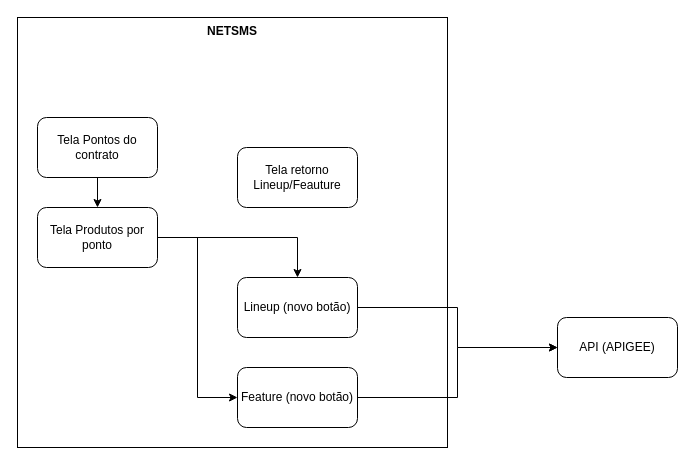
samirali/ClaroBrasil keeps this draw.io diagram as Botão lineup.drawio. Above is the earlier version. Source tidied: cells renumbered, new cells numbered last; positions are measured from the earlier drawing's top-left corner, leaving out a move shared by most shapes. Both pictures are drawn from the tidied source at 100%, with x=0, y=0 at pixel (17, 17).
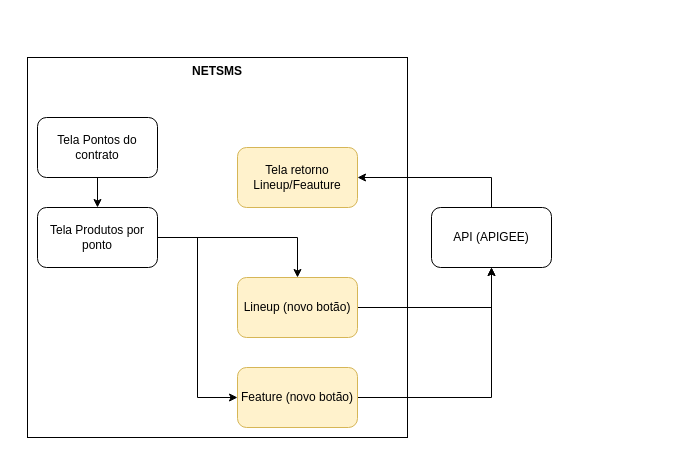
The same page after the edit.

Change to the diagram source:
```diff
@@
 <mxGraphModel>
   <root>
     <mxCell id="0" />
     <mxCell id="1" parent="0" />
     <mxCell id="2" value="&lt;b&gt;NETSMS&lt;/b&gt;" style="whiteSpace=wrap;html=1;verticalAlign=top;" parent="1" vertex="1">
-      <mxGeometry width="430" height="430" as="geometry" />
+      <mxGeometry x="10" y="40" width="380" height="380" as="geometry" />
     </mxCell>
     <mxCell id="3" style="edgeStyle=orthogonalEdgeStyle;rounded=0;jettySize=auto;html=1;" parent="1" edge="1" source="4" target="8">
       <mxGeometry relative="1" as="geometry" />
     </mxCell>
     <mxCell id="4" value="Tela Pontos do contrato" style="rounded=1;whiteSpace=wrap;html=1;" parent="1" vertex="1">
       <mxGeometry x="20" y="100" width="120" height="60" as="geometry" />
     </mxCell>
+    <mxCell id="14" style="edgeStyle=orthogonalEdgeStyle;rounded=0;jettySize=auto;html=1;entryX=1;entryY=0.5;entryDx=0;entryDy=0;" parent="1" edge="1" source="5" target="13">
+      <mxGeometry relative="1" as="geometry">
+        <Array as="points">
+          <mxPoint x="474" y="160" />
+        </Array>
+      </mxGeometry>
+    </mxCell>
     <mxCell id="5" value="API (APIGEE)" style="rounded=1;whiteSpace=wrap;html=1;" parent="1" vertex="1">
-      <mxGeometry x="540" y="300" width="120" height="60" as="geometry" />
+      <mxGeometry x="414" y="190" width="120" height="60" as="geometry" />
     </mxCell>
     <mxCell id="6" style="edgeStyle=orthogonalEdgeStyle;rounded=0;jettySize=auto;html=1;" parent="1" edge="1" source="8" target="10">
       <mxGeometry relative="1" as="geometry" />
     </mxCell>
     <mxCell id="7" style="edgeStyle=orthogonalEdgeStyle;rounded=0;jettySize=auto;html=1;entryX=0;entryY=0.5;entryDx=0;entryDy=0;" parent="1" edge="1" source="8" target="12">
       <mxGeometry relative="1" as="geometry" />
     </mxCell>
     <mxCell id="8" value="Tela Produtos por ponto" style="rounded=1;whiteSpace=wrap;html=1;" parent="1" vertex="1">
       <mxGeometry x="20" y="190" width="120" height="60" as="geometry" />
     </mxCell>
-    <mxCell id="9" style="edgeStyle=orthogonalEdgeStyle;rounded=0;jettySize=auto;html=1;exitX=1;exitY=0.5;exitDx=0;exitDy=0;entryX=0;entryY=0.5;entryDx=0;entryDy=0;" parent="1" edge="1" source="10" target="5">
+    <mxCell id="9" style="edgeStyle=orthogonalEdgeStyle;rounded=0;jettySize=auto;html=1;entryX=0.5;entryY=1;entryDx=0;entryDy=0;" parent="1" edge="1" source="10" target="5">
       <mxGeometry relative="1" as="geometry" />
     </mxCell>
-    <mxCell id="10" value="Lineup (novo botão)" style="rounded=1;whiteSpace=wrap;html=1;" parent="1" vertex="1">
+    <mxCell id="10" value="Lineup (novo botão)" style="rounded=1;whiteSpace=wrap;html=1;fillColor=#fff2cc;strokeColor=#d6b656;" parent="1" vertex="1">
       <mxGeometry x="220" y="260" width="120" height="60" as="geometry" />
     </mxCell>
-    <mxCell id="11" style="edgeStyle=orthogonalEdgeStyle;rounded=0;jettySize=auto;html=1;entryX=0;entryY=0.5;entryDx=0;entryDy=0;" parent="1" edge="1" source="12" target="5">
+    <mxCell id="11" style="edgeStyle=orthogonalEdgeStyle;rounded=0;jettySize=auto;html=1;entryX=0.5;entryY=1;entryDx=0;entryDy=0;" parent="1" edge="1" source="12" target="5">
       <mxGeometry relative="1" as="geometry" />
     </mxCell>
-    <mxCell id="12" value="Feature (novo botão)" style="rounded=1;whiteSpace=wrap;html=1;" parent="1" vertex="1">
+    <mxCell id="12" value="Feature (novo botão)" style="rounded=1;whiteSpace=wrap;html=1;fillColor=#fff2cc;strokeColor=#d6b656;" parent="1" vertex="1">
       <mxGeometry x="220" y="350" width="120" height="60" as="geometry" />
     </mxCell>
-    <mxCell id="13" value="Tela retorno Lineup/Feauture" style="rounded=1;whiteSpace=wrap;html=1;" parent="1" vertex="1">
+    <mxCell id="13" value="Tela retorno Lineup/Feauture" style="rounded=1;whiteSpace=wrap;html=1;fillColor=#fff2cc;strokeColor=#d6b656;" parent="1" vertex="1">
       <mxGeometry x="220" y="130" width="120" height="60" as="geometry" />
     </mxCell>
   </root>
 </mxGraphModel>
```
